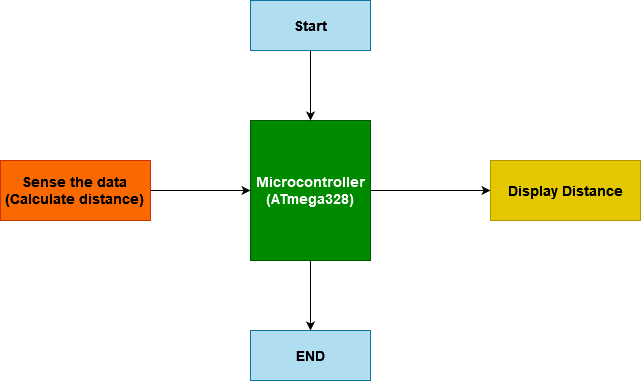
Earlier version of the draw.io export Project/2_Architecture/Behavioral Diagrams/behavioral_diagram2.png (AmitKumar-30120/M2_EmbSys). Source tidied: cells renumbered, new cells last; positions are measured from the earlier drawing's top-left corner, leaving out a move shared by most shapes.
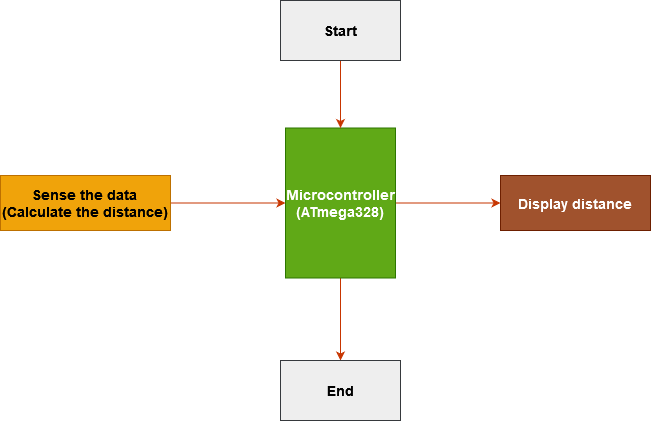
After the commit.

Change to the diagram source:
```diff
@@ -2,32 +2,32 @@
   <root>
     <mxCell id="0" />
     <mxCell id="1" parent="0" />
-    <mxCell id="2" style="edgeStyle=orthogonalEdgeStyle;rounded=0;jettySize=auto;html=1;entryX=0;entryY=0.5;entryDx=0;entryDy=0;fontSize=14;" parent="1" edge="1" source="4" target="9">
-      <mxGeometry relative="1" as="geometry" />
-    </mxCell>
-    <mxCell id="3" style="edgeStyle=orthogonalEdgeStyle;rounded=0;jettySize=auto;html=1;entryX=0.5;entryY=0;entryDx=0;entryDy=0;fontSize=14;" parent="1" edge="1" source="4" target="10">
-      <mxGeometry relative="1" as="geometry" />
-    </mxCell>
+    <mxCell id="11" style="edgeStyle=orthogonalEdgeStyle;rounded=0;jettySize=auto;html=1;fontSize=14;fillColor=#fa6800;strokeColor=#C73500;" parent="1" edge="1" source="4" target="15">
+      <mxGeometry relative="1" as="geometry" />
+    </mxCell>
+    <mxCell id="12" style="edgeStyle=orthogonalEdgeStyle;rounded=0;jettySize=auto;html=1;fontSize=14;fillColor=#fa6800;strokeColor=#C73500;" parent="1" edge="1" source="4" target="16">
+      <mxGeometry relative="1" as="geometry" />
+    </mxCell>
-    <mxCell id="4" value="&lt;div style=&quot;font-size: 14px&quot;&gt;&lt;font style=&quot;font-size: 14px&quot;&gt;&lt;b&gt;Microcontroller&lt;/b&gt;&lt;/font&gt;&lt;/div&gt;&lt;div style=&quot;font-size: 14px&quot;&gt;&lt;font style=&quot;font-size: 14px&quot;&gt;&lt;b&gt;(ATmega328)&lt;/b&gt;&lt;/font&gt;&lt;br&gt;&lt;/div&gt;" style="rounded=0;whiteSpace=wrap;html=1;fillColor=#008a00;strokeColor=#005700;fontColor=#ffffff;" parent="1" vertex="1">
-      <mxGeometry x="250" y="120" width="120" height="140" as="geometry" />
+    <mxCell id="4" value="&lt;div&gt;&lt;b&gt;Microcontroller&lt;/b&gt;&lt;/div&gt;&lt;div&gt;&lt;b&gt;(ATmega328)&lt;/b&gt;&lt;/div&gt;" style="rounded=0;whiteSpace=wrap;html=1;fontSize=14;fillColor=#60a917;fontColor=#ffffff;strokeColor=#2D7600;" parent="1" vertex="1">
+      <mxGeometry x="235" y="447.5" width="110" height="150" as="geometry" />
     </mxCell>
+    <mxCell id="13" style="edgeStyle=orthogonalEdgeStyle;rounded=0;jettySize=auto;html=1;fontSize=14;fillColor=#fa6800;strokeColor=#C73500;" parent="1" edge="1" source="14" target="4">
+      <mxGeometry relative="1" as="geometry" />
+    </mxCell>
+    <mxCell id="14" value="&lt;div&gt;&lt;b&gt;Sense the data&lt;/b&gt;&lt;/div&gt;&lt;div&gt;&lt;b&gt;(Calculate the distance)&lt;br&gt;&lt;/b&gt;&lt;/div&gt;" style="rounded=0;whiteSpace=wrap;html=1;fontSize=14;fillColor=#f0a30a;strokeColor=#BD7000;fontColor=#000000;" parent="1" vertex="1">
+      <mxGeometry x="-50" y="495" width="170" height="55" as="geometry" />
+    </mxCell>
+    <mxCell id="15" value="&lt;b&gt;Display distance&lt;/b&gt;" style="rounded=0;whiteSpace=wrap;html=1;fontSize=14;fillColor=#a0522d;fontColor=#ffffff;strokeColor=#6D1F00;" parent="1" vertex="1">
+      <mxGeometry x="450" y="495" width="150" height="55" as="geometry" />
+    </mxCell>
-    <mxCell id="5" style="edgeStyle=orthogonalEdgeStyle;rounded=0;jettySize=auto;html=1;entryX=0.5;entryY=0;entryDx=0;entryDy=0;fontSize=14;" parent="1" edge="1" source="6" target="4">
+    <mxCell id="5" style="edgeStyle=orthogonalEdgeStyle;rounded=0;jettySize=auto;html=1;entryX=0.5;entryY=0;entryDx=0;entryDy=0;fontSize=14;fillColor=#fa6800;strokeColor=#C73500;" parent="1" edge="1" source="6" target="4">
       <mxGeometry relative="1" as="geometry" />
     </mxCell>
-    <mxCell id="6" value="&lt;b&gt;Start&lt;/b&gt;" style="rounded=0;whiteSpace=wrap;html=1;fontSize=14;fillColor=#b1ddf0;strokeColor=#10739e;" parent="1" vertex="1">
-      <mxGeometry x="250" width="120" height="50" as="geometry" />
+    <mxCell id="6" value="&lt;b&gt;Start&lt;/b&gt;" style="rounded=0;whiteSpace=wrap;html=1;fontSize=14;fillColor=#eeeeee;strokeColor=#36393d;" parent="1" vertex="1">
+      <mxGeometry x="230" y="320" width="120" height="60" as="geometry" />
     </mxCell>
-    <mxCell id="7" style="edgeStyle=orthogonalEdgeStyle;rounded=0;jettySize=auto;html=1;entryX=0;entryY=0.5;entryDx=0;entryDy=0;fontSize=14;" parent="1" edge="1" source="8" target="4">
-      <mxGeometry relative="1" as="geometry" />
-    </mxCell>
-    <mxCell id="8" value="&lt;div&gt;&lt;b&gt;Sense the data&lt;br&gt;&lt;/b&gt;&lt;/div&gt;&lt;div&gt;&lt;b&gt;(Calculate distance)&lt;br&gt;&lt;/b&gt;&lt;/div&gt;" style="rounded=0;whiteSpace=wrap;html=1;fontSize=14;fillColor=#fa6800;strokeColor=#C73500;fontColor=#000000;" parent="1" vertex="1">
-      <mxGeometry y="160" width="150" height="60" as="geometry" />
-    </mxCell>
-    <mxCell id="9" value="&lt;div&gt;&lt;b&gt;Display Distance&lt;/b&gt;&lt;/div&gt;" style="rounded=0;whiteSpace=wrap;html=1;fontSize=14;fillColor=#e3c800;fontColor=#000000;strokeColor=#B09500;" parent="1" vertex="1">
-      <mxGeometry x="490" y="160" width="150" height="60" as="geometry" />
-    </mxCell>
-    <mxCell id="10" value="&lt;b&gt;END&lt;/b&gt;" style="rounded=0;whiteSpace=wrap;html=1;fontSize=14;fillColor=#b1ddf0;strokeColor=#10739e;" parent="1" vertex="1">
-      <mxGeometry x="250" y="330" width="120" height="50" as="geometry" />
-    </mxCell>
+    <mxCell id="16" value="&lt;b&gt;End&lt;/b&gt;" style="rounded=0;whiteSpace=wrap;html=1;fontSize=14;fillColor=#eeeeee;strokeColor=#36393d;" parent="1" vertex="1">
+      <mxGeometry x="230" y="680" width="120" height="60" as="geometry" />
+    </mxCell>
   </root>
 </mxGraphModel>
```
